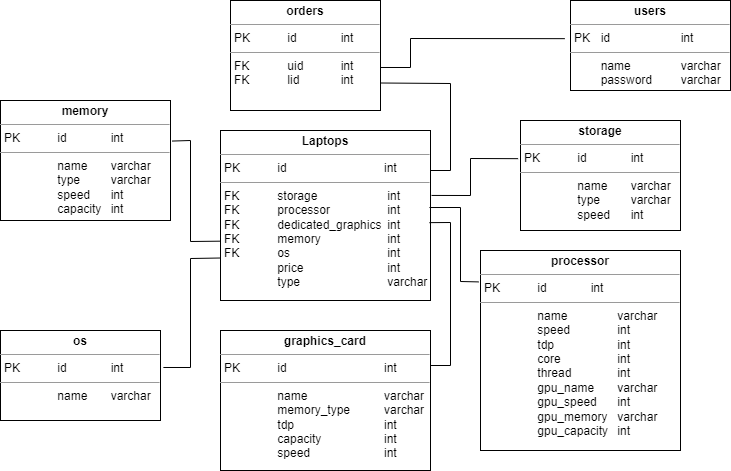
Earlier version of the draw.io export docs/img/adatbazis_modell.png (matyas-bohunka/ProgTech). Source tidied: cells renumbered, new cells last; positions are measured from the earlier drawing's top-left corner, leaving out a move shared by most shapes.
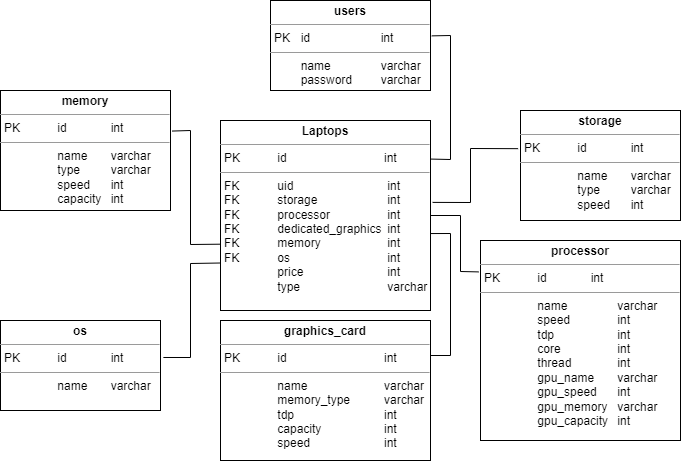
Later version of the same file.

Commit message:
Updated system plan

Change to the diagram source:
```diff
@@ -2,32 +2,12 @@
   <root>
     <mxCell id="0" />
     <mxCell id="1" parent="0" />
-    <mxCell id="2" value="&lt;p style=&quot;margin:0px;margin-top:4px;text-align:center;&quot;&gt;&lt;b&gt;Laptops&lt;/b&gt;&lt;/p&gt;&lt;hr size=&quot;1&quot;&gt;&lt;p style=&quot;margin:0px;margin-left:4px;&quot;&gt;PK&lt;span style=&quot;white-space: pre;&quot;&gt;&#9;&lt;/span&gt;&lt;span style=&quot;white-space: pre;&quot;&gt;&#9;&lt;/span&gt;id&lt;span style=&quot;white-space: pre;&quot;&gt;&#9;&lt;/span&gt;&lt;span style=&quot;white-space: pre;&quot;&gt;&#9;&lt;/span&gt;&lt;span style=&quot;white-space: pre;&quot;&gt;&#9;&lt;/span&gt;&lt;span style=&quot;white-space: pre;&quot;&gt;&#9;&lt;/span&gt;int&lt;/p&gt;&lt;hr size=&quot;1&quot;&gt;&lt;p style=&quot;margin:0px;margin-left:4px;&quot;&gt;FK&lt;span style=&quot;white-space: pre;&quot;&gt;&#9;&lt;/span&gt;&lt;span style=&quot;white-space: pre;&quot;&gt;&#9;&lt;/span&gt;storage&lt;span style=&quot;white-space: pre;&quot;&gt;&#9;&lt;/span&gt;&lt;span style=&quot;white-space: pre;&quot;&gt;&#9;&lt;/span&gt;&lt;span style=&quot;white-space: pre;&quot;&gt;&#9;&lt;/span&gt;&amp;nbsp;int&lt;/p&gt;&lt;p style=&quot;margin:0px;margin-left:4px;&quot;&gt;FK&lt;span style=&quot;white-space: pre;&quot;&gt;&#9;&lt;/span&gt;&lt;span style=&quot;white-space: pre;&quot;&gt;&#9;&lt;/span&gt;processor&lt;span style=&quot;white-space: pre;&quot;&gt;&#9;&lt;/span&gt;&lt;span style=&quot;white-space: pre;&quot;&gt;&#9;&lt;/span&gt;&amp;nbsp;int&lt;/p&gt;&lt;p style=&quot;margin:0px;margin-left:4px;&quot;&gt;FK&lt;span style=&quot;white-space: pre;&quot;&gt;&#9;&lt;/span&gt;&lt;span style=&quot;white-space: pre;&quot;&gt;&#9;&lt;/span&gt;dedicated_graphics&lt;span style=&quot;background-color: initial; white-space: pre;&quot;&gt;&#9;&lt;/span&gt;&amp;nbsp;&lt;span style=&quot;background-color: initial;&quot;&gt;int&lt;/span&gt;&lt;/p&gt;&lt;p style=&quot;margin:0px;margin-left:4px;&quot;&gt;FK&lt;span style=&quot;white-space: pre;&quot;&gt;&#9;&lt;/span&gt;&lt;span style=&quot;white-space: pre;&quot;&gt;&#9;&lt;/span&gt;memory&lt;span style=&quot;white-space: pre;&quot;&gt;&#9;&lt;/span&gt;&lt;span style=&quot;white-space: pre;&quot;&gt;&#9;&lt;/span&gt;&lt;span style=&quot;white-space: pre;&quot;&gt;&#9;&lt;/span&gt;&amp;nbsp;int&lt;/p&gt;&lt;p style=&quot;margin:0px;margin-left:4px;&quot;&gt;FK&lt;span style=&quot;white-space: pre;&quot;&gt;&#9;&lt;/span&gt;&lt;span style=&quot;white-space: pre;&quot;&gt;&#9;&lt;/span&gt;os&lt;span style=&quot;white-space: pre;&quot;&gt;&#9;&lt;/span&gt;&lt;span style=&quot;white-space: pre;&quot;&gt;&#9;&lt;/span&gt;&lt;span style=&quot;white-space: pre;&quot;&gt;&#9;&lt;/span&gt;&lt;span style=&quot;white-space: pre;&quot;&gt;&#9;&lt;/span&gt;&amp;nbsp;int&lt;/p&gt;&lt;p style=&quot;margin:0px;margin-left:4px;&quot;&gt;&lt;span style=&quot;white-space: pre;&quot;&gt;&#9;&lt;/span&gt;&lt;span style=&quot;white-space: pre;&quot;&gt;&#9;&lt;/span&gt;price&lt;span style=&quot;white-space: pre;&quot;&gt;&#9;&lt;/span&gt;&lt;span style=&quot;white-space: pre;&quot;&gt;&#9;&lt;/span&gt;&lt;span style=&quot;white-space: pre;&quot;&gt;&#9;&lt;/span&gt;&amp;nbsp;int&lt;br&gt;&lt;/p&gt;&lt;p style=&quot;margin:0px;margin-left:4px;&quot;&gt;&lt;span style=&quot;white-space: pre;&quot;&gt;&#9;&lt;/span&gt;&lt;span style=&quot;white-space: pre;&quot;&gt;&#9;&lt;/span&gt;type&lt;span style=&quot;background-color: initial; white-space: pre;&quot;&gt;&#9;&lt;span style=&quot;white-space: pre;&quot;&gt;&#9;&lt;/span&gt;&lt;span style=&quot;white-space: pre;&quot;&gt;&#9;&lt;/span&gt;&lt;span style=&quot;white-space: pre;&quot;&gt;&#9;&lt;/span&gt; v&lt;/span&gt;archar&lt;/p&gt;" style="verticalAlign=top;align=left;overflow=fill;fontSize=12;fontFamily=Helvetica;html=1;" parent="1" vertex="1">
-      <mxGeometry x="220" y="130" width="210" height="170" as="geometry" />
+    <mxCell id="2" value="&lt;p style=&quot;margin:0px;margin-top:4px;text-align:center;&quot;&gt;&lt;b&gt;Laptops&lt;/b&gt;&lt;/p&gt;&lt;hr size=&quot;1&quot;&gt;&lt;p style=&quot;margin:0px;margin-left:4px;&quot;&gt;PK&lt;span style=&quot;white-space: pre;&quot;&gt;&#9;&lt;/span&gt;&lt;span style=&quot;white-space: pre;&quot;&gt;&#9;&lt;/span&gt;id&lt;span style=&quot;white-space: pre;&quot;&gt;&#9;&lt;/span&gt;&lt;span style=&quot;white-space: pre;&quot;&gt;&#9;&lt;/span&gt;&lt;span style=&quot;white-space: pre;&quot;&gt;&#9;&lt;/span&gt;&lt;span style=&quot;white-space: pre;&quot;&gt;&#9;&lt;/span&gt;int&lt;/p&gt;&lt;hr size=&quot;1&quot;&gt;&lt;p style=&quot;margin:0px;margin-left:4px;&quot;&gt;FK&lt;span style=&quot;white-space: pre;&quot;&gt;&#9;&lt;/span&gt;&lt;span style=&quot;white-space: pre;&quot;&gt;&#9;&lt;/span&gt;uid&lt;span style=&quot;white-space: pre;&quot;&gt;&#9;&lt;/span&gt;&lt;span style=&quot;white-space: pre;&quot;&gt;&#9;&lt;/span&gt;&lt;span style=&quot;white-space: pre;&quot;&gt;&#9;&lt;/span&gt;&lt;span style=&quot;white-space: pre;&quot;&gt;&#9;&lt;/span&gt;&amp;nbsp;int&lt;/p&gt;&lt;p style=&quot;margin:0px;margin-left:4px;&quot;&gt;FK&lt;span style=&quot;white-space: pre;&quot;&gt;&#9;&lt;/span&gt;&lt;span style=&quot;white-space: pre;&quot;&gt;&#9;&lt;/span&gt;storage&lt;span style=&quot;white-space: pre;&quot;&gt;&#9;&lt;/span&gt;&lt;span style=&quot;white-space: pre;&quot;&gt;&#9;&lt;/span&gt;&lt;span style=&quot;white-space: pre;&quot;&gt;&#9;&lt;/span&gt;&amp;nbsp;int&lt;/p&gt;&lt;p style=&quot;margin:0px;margin-left:4px;&quot;&gt;FK&lt;span style=&quot;white-space: pre;&quot;&gt;&#9;&lt;/span&gt;&lt;span style=&quot;white-space: pre;&quot;&gt;&#9;&lt;/span&gt;processor&lt;span style=&quot;white-space: pre;&quot;&gt;&#9;&lt;/span&gt;&lt;span style=&quot;white-space: pre;&quot;&gt;&#9;&lt;/span&gt;&amp;nbsp;int&lt;/p&gt;&lt;p style=&quot;margin:0px;margin-left:4px;&quot;&gt;FK&lt;span style=&quot;white-space: pre;&quot;&gt;&#9;&lt;/span&gt;&lt;span style=&quot;white-space: pre;&quot;&gt;&#9;&lt;/span&gt;dedicated_graphics&lt;span style=&quot;background-color: initial; white-space: pre;&quot;&gt;&#9;&lt;/span&gt;&amp;nbsp;&lt;span style=&quot;background-color: initial;&quot;&gt;int&lt;/span&gt;&lt;/p&gt;&lt;p style=&quot;margin:0px;margin-left:4px;&quot;&gt;FK&lt;span style=&quot;white-space: pre;&quot;&gt;&#9;&lt;/span&gt;&lt;span style=&quot;white-space: pre;&quot;&gt;&#9;&lt;/span&gt;memory&lt;span style=&quot;white-space: pre;&quot;&gt;&#9;&lt;/span&gt;&lt;span style=&quot;white-space: pre;&quot;&gt;&#9;&lt;/span&gt;&lt;span style=&quot;white-space: pre;&quot;&gt;&#9;&lt;/span&gt;&amp;nbsp;int&lt;/p&gt;&lt;p style=&quot;margin:0px;margin-left:4px;&quot;&gt;FK&lt;span style=&quot;white-space: pre;&quot;&gt;&#9;&lt;/span&gt;&lt;span style=&quot;white-space: pre;&quot;&gt;&#9;&lt;/span&gt;os&lt;span style=&quot;white-space: pre;&quot;&gt;&#9;&lt;/span&gt;&lt;span style=&quot;white-space: pre;&quot;&gt;&#9;&lt;/span&gt;&lt;span style=&quot;white-space: pre;&quot;&gt;&#9;&lt;/span&gt;&lt;span style=&quot;white-space: pre;&quot;&gt;&#9;&lt;/span&gt;&amp;nbsp;int&lt;/p&gt;&lt;p style=&quot;margin:0px;margin-left:4px;&quot;&gt;&lt;span style=&quot;white-space: pre;&quot;&gt;&#9;&lt;/span&gt;&lt;span style=&quot;white-space: pre;&quot;&gt;&#9;&lt;/span&gt;price&lt;span style=&quot;white-space: pre;&quot;&gt;&#9;&lt;/span&gt;&lt;span style=&quot;white-space: pre;&quot;&gt;&#9;&lt;/span&gt;&lt;span style=&quot;white-space: pre;&quot;&gt;&#9;&lt;/span&gt;&amp;nbsp;int&lt;br&gt;&lt;/p&gt;&lt;p style=&quot;margin:0px;margin-left:4px;&quot;&gt;&lt;span style=&quot;white-space: pre;&quot;&gt;&#9;&lt;/span&gt;&lt;span style=&quot;white-space: pre;&quot;&gt;&#9;&lt;/span&gt;type&lt;span style=&quot;background-color: initial; white-space: pre;&quot;&gt;&#9;&lt;span style=&quot;white-space: pre;&quot;&gt;&#9;&lt;/span&gt;&lt;span style=&quot;white-space: pre;&quot;&gt;&#9;&lt;/span&gt;&lt;span style=&quot;white-space: pre;&quot;&gt;&#9;&lt;/span&gt; v&lt;/span&gt;archar&lt;/p&gt;" style="verticalAlign=top;align=left;overflow=fill;fontSize=12;fontFamily=Helvetica;html=1;" parent="1" vertex="1">
+      <mxGeometry x="220" y="130" width="210" height="190" as="geometry" />
     </mxCell>
     <mxCell id="3" value="&lt;p style=&quot;margin:0px;margin-top:4px;text-align:center;&quot;&gt;&lt;b&gt;users&lt;/b&gt;&lt;/p&gt;&lt;hr size=&quot;1&quot;&gt;&lt;p style=&quot;margin:0px;margin-left:4px;&quot;&gt;PK&lt;span style=&quot;white-space: pre;&quot;&gt;&#9;&lt;/span&gt;id&lt;span style=&quot;white-space: pre;&quot;&gt;&#9;&lt;/span&gt;&lt;span style=&quot;white-space: pre;&quot;&gt;&#9;&lt;/span&gt;&lt;span style=&quot;white-space: pre;&quot;&gt;&#9;&lt;/span&gt;int&lt;/p&gt;&lt;hr size=&quot;1&quot;&gt;&lt;p style=&quot;margin:0px;margin-left:4px;&quot;&gt;&lt;span style=&quot;background-color: initial;&quot;&gt;&lt;span style=&quot;white-space: pre;&quot;&gt;&#9;&lt;/span&gt;name&lt;span style=&quot;white-space: pre;&quot;&gt;&#9;&lt;/span&gt;&lt;span style=&quot;white-space: pre;&quot;&gt;&#9;&lt;/span&gt;varchar&lt;/span&gt;&lt;/p&gt;&lt;p style=&quot;margin:0px;margin-left:4px;&quot;&gt;&lt;span style=&quot;white-space: pre;&quot;&gt;&#9;&lt;/span&gt;password&lt;span style=&quot;white-space: pre;&quot;&gt;&#9;&lt;/span&gt;&lt;span style=&quot;white-space: pre;&quot;&gt;&#9;&lt;/span&gt;varchar&lt;/p&gt;" style="verticalAlign=top;align=left;overflow=fill;fontSize=12;fontFamily=Helvetica;html=1;" parent="1" vertex="1">
-      <mxGeometry x="570" width="160" height="90" as="geometry" />
+      <mxGeometry x="270" y="10" width="160" height="90" as="geometry" />
     </mxCell>
-    <mxCell id="4" value="&lt;p style=&quot;margin:0px;margin-top:4px;text-align:center;&quot;&gt;&lt;b&gt;orders&lt;/b&gt;&lt;/p&gt;&lt;hr size=&quot;1&quot;&gt;&lt;p style=&quot;margin:0px;margin-left:4px;&quot;&gt;PK&lt;span style=&quot;white-space: pre;&quot;&gt;&#9;&lt;/span&gt;&lt;span style=&quot;white-space: pre;&quot;&gt;&#9;&lt;/span&gt;id&lt;span style=&quot;white-space: pre;&quot;&gt;&#9;&lt;/span&gt;&lt;span style=&quot;white-space: pre;&quot;&gt;&#9;&lt;/span&gt;int&lt;/p&gt;&lt;hr size=&quot;1&quot;&gt;&lt;p style=&quot;margin:0px;margin-left:4px;&quot;&gt;&lt;span style=&quot;background-color: initial;&quot;&gt;FK&lt;span style=&quot;white-space: pre;&quot;&gt;&#9;&lt;/span&gt;&lt;span style=&quot;white-space: pre;&quot;&gt;&#9;&lt;/span&gt;uid&lt;span style=&quot;white-space: pre;&quot;&gt;&#9;&lt;/span&gt;&lt;span style=&quot;white-space: pre;&quot;&gt;&#9;&lt;/span&gt;int&lt;/span&gt;&lt;/p&gt;&lt;p style=&quot;margin:0px;margin-left:4px;&quot;&gt;FK&lt;span style=&quot;white-space: pre;&quot;&gt;&#9;&lt;/span&gt;&lt;span style=&quot;white-space: pre;&quot;&gt;&#9;&lt;/span&gt;lid&lt;span style=&quot;white-space: pre;&quot;&gt;&#9;&lt;/span&gt;&lt;span style=&quot;white-space: pre;&quot;&gt;&#9;&lt;/span&gt;int&lt;/p&gt;" style="verticalAlign=top;align=left;overflow=fill;fontSize=12;fontFamily=Helvetica;html=1;" parent="1" vertex="1">
-      <mxGeometry x="230" width="150" height="110" as="geometry" />
-    </mxCell>
-    <mxCell id="5" style="endArrow=none;html=1;rounded=0;elbow=vertical;entryX=1;entryY=0.75;entryDx=0;entryDy=0;" parent="1" edge="1" target="4">
-      <mxGeometry relative="1" as="geometry">
-        <mxPoint x="430" y="170" as="sourcePoint" />
-        <Array as="points">
-          <mxPoint x="450" y="170" />
-          <mxPoint x="450" y="83" />
-        </Array>
-      </mxGeometry>
-    </mxCell>
-    <mxCell id="6" style="endArrow=none;html=1;rounded=0;elbow=vertical;entryX=-0.036;entryY=0.424;entryDx=0;entryDy=0;entryPerimeter=0;exitX=1;exitY=0.609;exitDx=0;exitDy=0;exitPerimeter=0;" parent="1" edge="1" source="4" target="3">
-      <mxGeometry relative="1" as="geometry">
-        <Array as="points">
-          <mxPoint x="410" y="67" />
-          <mxPoint x="410" y="38" />
-        </Array>
-      </mxGeometry>
-    </mxCell>
     <mxCell id="7" value="&lt;p style=&quot;margin:0px;margin-top:4px;text-align:center;&quot;&gt;&lt;b&gt;storage&lt;/b&gt;&lt;/p&gt;&lt;hr size=&quot;1&quot;&gt;&lt;p style=&quot;margin:0px;margin-left:4px;&quot;&gt;PK&lt;span style=&quot;white-space: pre;&quot;&gt;&#9;&lt;/span&gt;&lt;span style=&quot;white-space: pre;&quot;&gt;&#9;&lt;/span&gt;id&lt;span style=&quot;white-space: pre;&quot;&gt;&#9;&lt;span style=&quot;white-space: pre;&quot;&gt;&#9;&lt;/span&gt;i&lt;/span&gt;nt&lt;/p&gt;&lt;hr size=&quot;1&quot;&gt;&lt;p style=&quot;margin:0px;margin-left:4px;&quot;&gt;&lt;span style=&quot;background-color: initial;&quot;&gt;&lt;span style=&quot;white-space: pre;&quot;&gt;&#9;&lt;/span&gt;&lt;span style=&quot;white-space: pre;&quot;&gt;&#9;&lt;/span&gt;name&lt;span style=&quot;white-space: pre;&quot;&gt;&#9;&lt;/span&gt;varchar&lt;/span&gt;&lt;/p&gt;&lt;p style=&quot;margin:0px;margin-left:4px;&quot;&gt;&lt;span style=&quot;background-color: initial;&quot;&gt;&lt;span style=&quot;white-space: pre;&quot;&gt;&#9;&lt;/span&gt;&lt;span style=&quot;white-space: pre;&quot;&gt;&#9;&lt;/span&gt;type&lt;span style=&quot;white-space: pre;&quot;&gt;&#9;&lt;/span&gt;&lt;span style=&quot;white-space: pre;&quot;&gt;&#9;&lt;/span&gt;varchar&lt;br&gt;&lt;/span&gt;&lt;/p&gt;&lt;p style=&quot;margin:0px;margin-left:4px;&quot;&gt;&lt;span style=&quot;white-space: pre;&quot;&gt;&#9;&lt;/span&gt;&lt;span style=&quot;white-space: pre;&quot;&gt;&#9;&lt;/span&gt;speed&lt;span style=&quot;white-space: pre;&quot;&gt;&#9;&lt;/span&gt;int&lt;/p&gt;" style="verticalAlign=top;align=left;overflow=fill;fontSize=12;fontFamily=Helvetica;html=1;" parent="1" vertex="1">
       <mxGeometry x="520" y="120" width="160" height="110" as="geometry" />
     </mxCell>
@@ -43,26 +23,26 @@
     <mxCell id="11" value="&lt;p style=&quot;margin:0px;margin-top:4px;text-align:center;&quot;&gt;&lt;b&gt;os&lt;/b&gt;&lt;/p&gt;&lt;hr size=&quot;1&quot;&gt;&lt;p style=&quot;margin:0px;margin-left:4px;&quot;&gt;PK&lt;span style=&quot;white-space: pre;&quot;&gt;&#9;&lt;/span&gt;&lt;span style=&quot;white-space: pre;&quot;&gt;&#9;&lt;/span&gt;id&lt;span style=&quot;white-space: pre;&quot;&gt;&#9;&lt;/span&gt;&lt;span style=&quot;white-space: pre;&quot;&gt;&#9;&lt;/span&gt;int&lt;/p&gt;&lt;hr size=&quot;1&quot;&gt;&lt;p style=&quot;margin:0px;margin-left:4px;&quot;&gt;&lt;span style=&quot;background-color: initial;&quot;&gt;&lt;span style=&quot;white-space: pre;&quot;&gt;&#9;&lt;span style=&quot;white-space: pre;&quot;&gt;&#9;&lt;/span&gt;n&lt;/span&gt;ame&lt;span style=&quot;white-space: pre;&quot;&gt;&#9;&lt;/span&gt;varchar&lt;/span&gt;&lt;/p&gt;" style="verticalAlign=top;align=left;overflow=fill;fontSize=12;fontFamily=Helvetica;html=1;" parent="1" vertex="1">
       <mxGeometry y="330" width="160" height="90" as="geometry" />
     </mxCell>
-    <mxCell id="12" style="endArrow=none;html=1;rounded=0;elbow=vertical;entryX=-0.015;entryY=0.347;entryDx=0;entryDy=0;entryPerimeter=0;exitX=1.005;exitY=0.382;exitDx=0;exitDy=0;exitPerimeter=0;" parent="1" edge="1" source="2" target="7">
+    <mxCell id="12" style="endArrow=none;html=1;rounded=0;elbow=vertical;entryX=-0.015;entryY=0.347;entryDx=0;entryDy=0;entryPerimeter=0;exitX=1.01;exitY=0.431;exitDx=0;exitDy=0;exitPerimeter=0;" parent="1" edge="1" source="2" target="7">
       <mxGeometry relative="1" as="geometry">
         <Array as="points">
-          <mxPoint x="470" y="195" />
+          <mxPoint x="470" y="212" />
           <mxPoint x="470" y="158" />
         </Array>
       </mxGeometry>
     </mxCell>
-    <mxCell id="13" style="endArrow=none;html=1;rounded=0;elbow=vertical;entryX=-0.01;entryY=0.157;entryDx=0;entryDy=0;exitX=0.995;exitY=0.453;exitDx=0;exitDy=0;exitPerimeter=0;entryPerimeter=0;" parent="1" edge="1" source="2" target="8">
+    <mxCell id="13" style="endArrow=none;html=1;rounded=0;elbow=vertical;entryX=-0.01;entryY=0.157;entryDx=0;entryDy=0;exitX=1;exitY=0.5;exitDx=0;exitDy=0;entryPerimeter=0;" parent="1" edge="1" source="2" target="8">
       <mxGeometry relative="1" as="geometry">
         <Array as="points">
-          <mxPoint x="460" y="207" />
+          <mxPoint x="460" y="225" />
           <mxPoint x="460" y="281" />
         </Array>
       </mxGeometry>
     </mxCell>
-    <mxCell id="14" style="endArrow=none;html=1;rounded=0;elbow=vertical;entryX=1;entryY=0.25;entryDx=0;entryDy=0;exitX=0.995;exitY=0.542;exitDx=0;exitDy=0;exitPerimeter=0;" parent="1" edge="1" source="2" target="9">
+    <mxCell id="14" style="endArrow=none;html=1;rounded=0;elbow=vertical;entryX=1;entryY=0.25;entryDx=0;entryDy=0;exitX=0.998;exitY=0.595;exitDx=0;exitDy=0;exitPerimeter=0;" parent="1" edge="1" source="2" target="9">
       <mxGeometry relative="1" as="geometry">
         <Array as="points">
-          <mxPoint x="450" y="222" />
+          <mxPoint x="450" y="243" />
           <mxPoint x="450" y="365" />
         </Array>
       </mxGeometry>
@@ -70,7 +50,7 @@
     <mxCell id="15" style="endArrow=none;html=1;rounded=0;elbow=vertical;entryX=1.01;entryY=0.338;entryDx=0;entryDy=0;entryPerimeter=0;exitX=0;exitY=0.651;exitDx=0;exitDy=0;exitPerimeter=0;" parent="1" edge="1" source="2" target="10">
       <mxGeometry relative="1" as="geometry">
         <Array as="points">
-          <mxPoint x="190" y="241" />
+          <mxPoint x="190" y="254" />
           <mxPoint x="190" y="140" />
         </Array>
       </mxGeometry>
@@ -79,9 +59,17 @@
       <mxGeometry relative="1" as="geometry">
         <Array as="points">
           <mxPoint x="190" y="367" />
-          <mxPoint x="190" y="258" />
+          <mxPoint x="190" y="273" />
         </Array>
       </mxGeometry>
     </mxCell>
+    <mxCell id="17" style="endArrow=none;html=1;rounded=0;exitX=1.008;exitY=0.393;exitDx=0;exitDy=0;exitPerimeter=0;entryX=1.002;entryY=0.203;entryDx=0;entryDy=0;entryPerimeter=0;" parent="1" edge="1" source="3" target="2">
+      <mxGeometry relative="1" as="geometry">
+        <Array as="points">
+          <mxPoint x="450" y="45" />
+          <mxPoint x="450" y="169" />
+        </Array>
+      </mxGeometry>
+    </mxCell>
   </root>
 </mxGraphModel>
```
